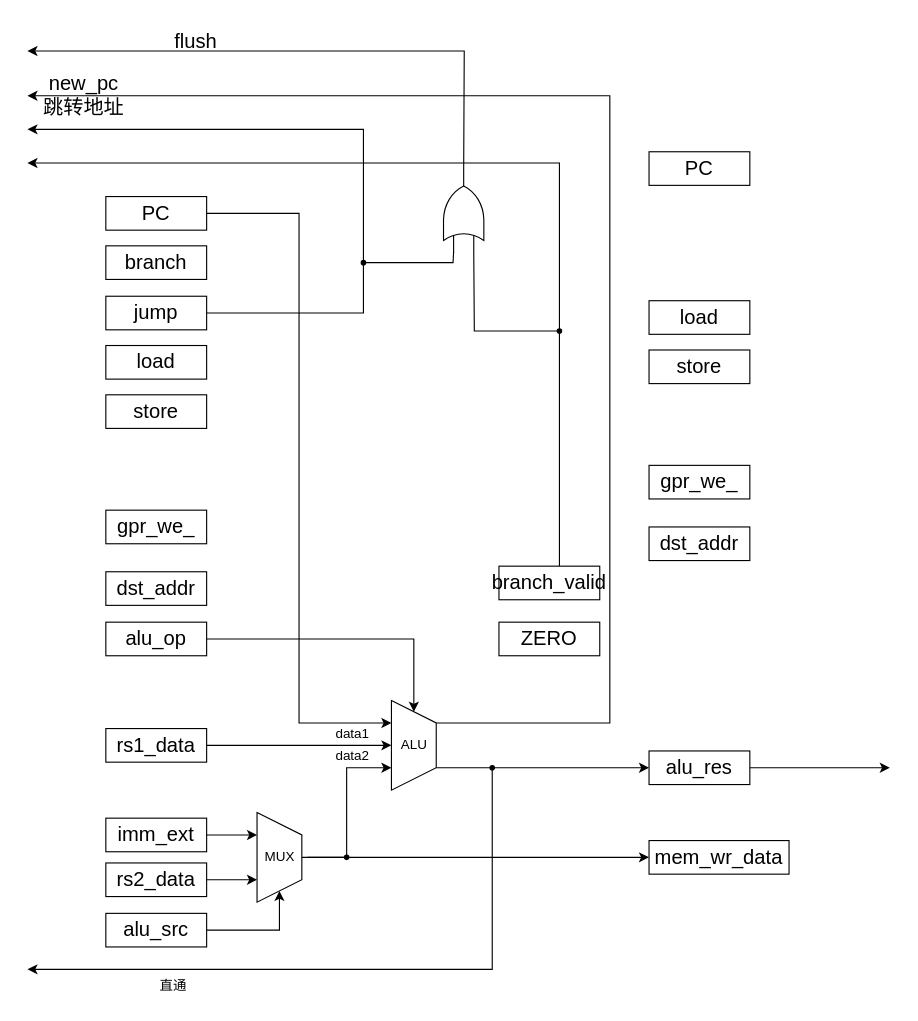
Before: page "执行阶段" (5 of 7) of Doc/cySOC总系统框图.drawio in Unpdt/cySOC, a draw.io diagram. Source tidied: cells renumbered, new cells numbered last; positions are measured from the earlier drawing's top-left corner, leaving out a move shared by most shapes. Both pictures are drawn from the tidied source at 112%, with x=0, y=0 at pixel (27, 19).
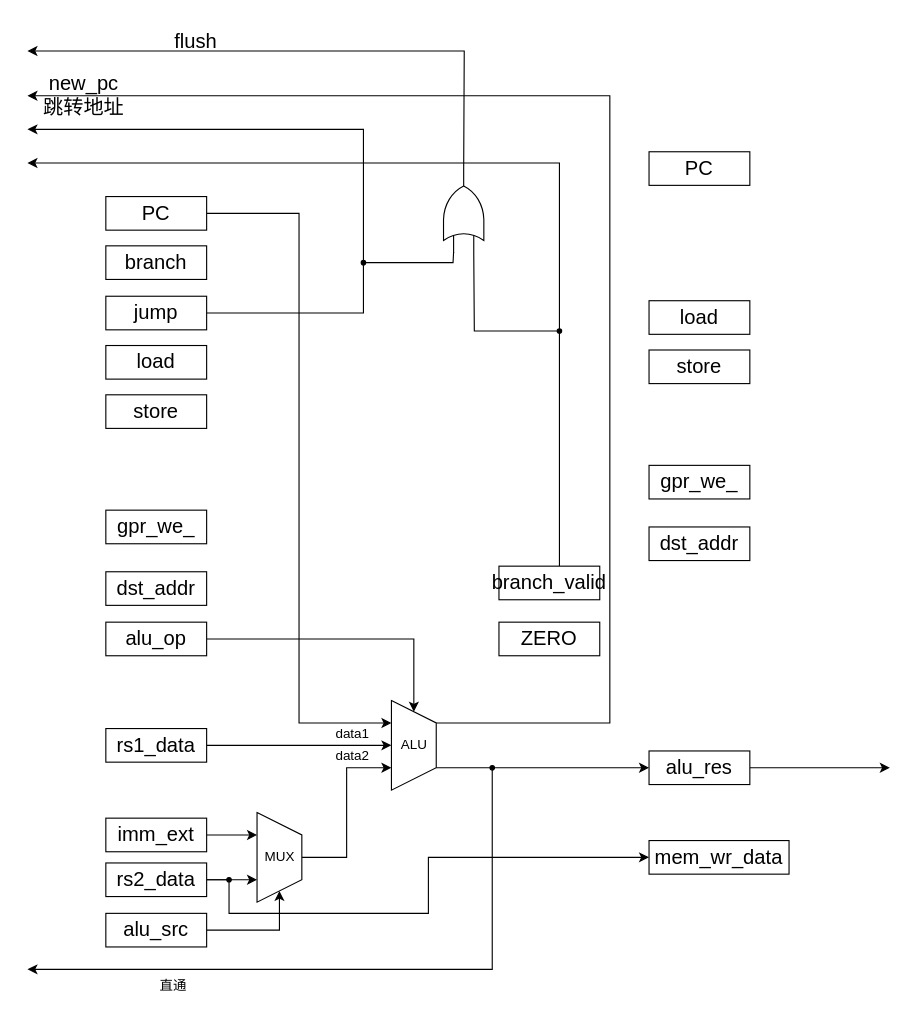
After the change.

The change refers to these unchanged cells:
```xml
<mxCell id="11" value="&lt;span style=&quot;font-size: 18px;&quot;&gt;rs2_data&lt;/span&gt;" style="rounded=0;whiteSpace=wrap;html=1;" parent="1" vertex="1">
  <mxGeometry x="70" y="753" width="90" height="30" as="geometry" />
</mxCell>
<mxCell id="32" value="MUX" style="text;html=1;align=center;verticalAlign=middle;points=[];strokeColor=none;fillColor=none;" parent="30" vertex="1">
  <mxGeometry y="25" width="50" height="30" as="geometry" />
</mxCell>
<mxCell id="41" value="&lt;span style=&quot;font-size: 18px;&quot;&gt;mem_wr_data&lt;/span&gt;" style="rounded=0;whiteSpace=wrap;html=1;" parent="1" vertex="1">
  <mxGeometry x="555" y="733" width="125" height="30" as="geometry" />
</mxCell>
```

Change to the diagram source:
```diff
@@
+    <mxCell id="55" style="edgeStyle=orthogonalEdgeStyle;rounded=0;jettySize=auto;html=1;entryX=0;entryY=0.5;entryDx=0;entryDy=0;exitX=1;exitY=0.5;exitDx=0;exitDy=0;" parent="1" edge="1" source="11" target="41">
+      <mxGeometry relative="1" as="geometry">
+        <Array as="points">
+          <mxPoint x="180" y="768" />
+          <mxPoint x="180" y="798" />
+          <mxPoint x="358" y="798" />
+          <mxPoint x="358" y="748" />
+        </Array>
+      </mxGeometry>
+    </mxCell>
@@
-    <mxCell id="53" style="edgeStyle=orthogonalEdgeStyle;rounded=0;jettySize=auto;html=1;entryX=0;entryY=0.5;entryDx=0;entryDy=0;" parent="1" edge="1" source="32" target="41">
-      <mxGeometry relative="1" as="geometry" />
-    </mxCell>
-    <mxCell id="54" style="ellipse;whiteSpace=wrap;html=1;fillColor=#000000;" parent="1" vertex="1">
-      <mxGeometry x="283" y="746" width="4" height="4" as="geometry" />
-    </mxCell>
+    <mxCell id="56" style="ellipse;whiteSpace=wrap;html=1;fillColor=#000000;" parent="1" vertex="1">
+      <mxGeometry x="178" y="766" width="4" height="4" as="geometry" />
+    </mxCell>
```
